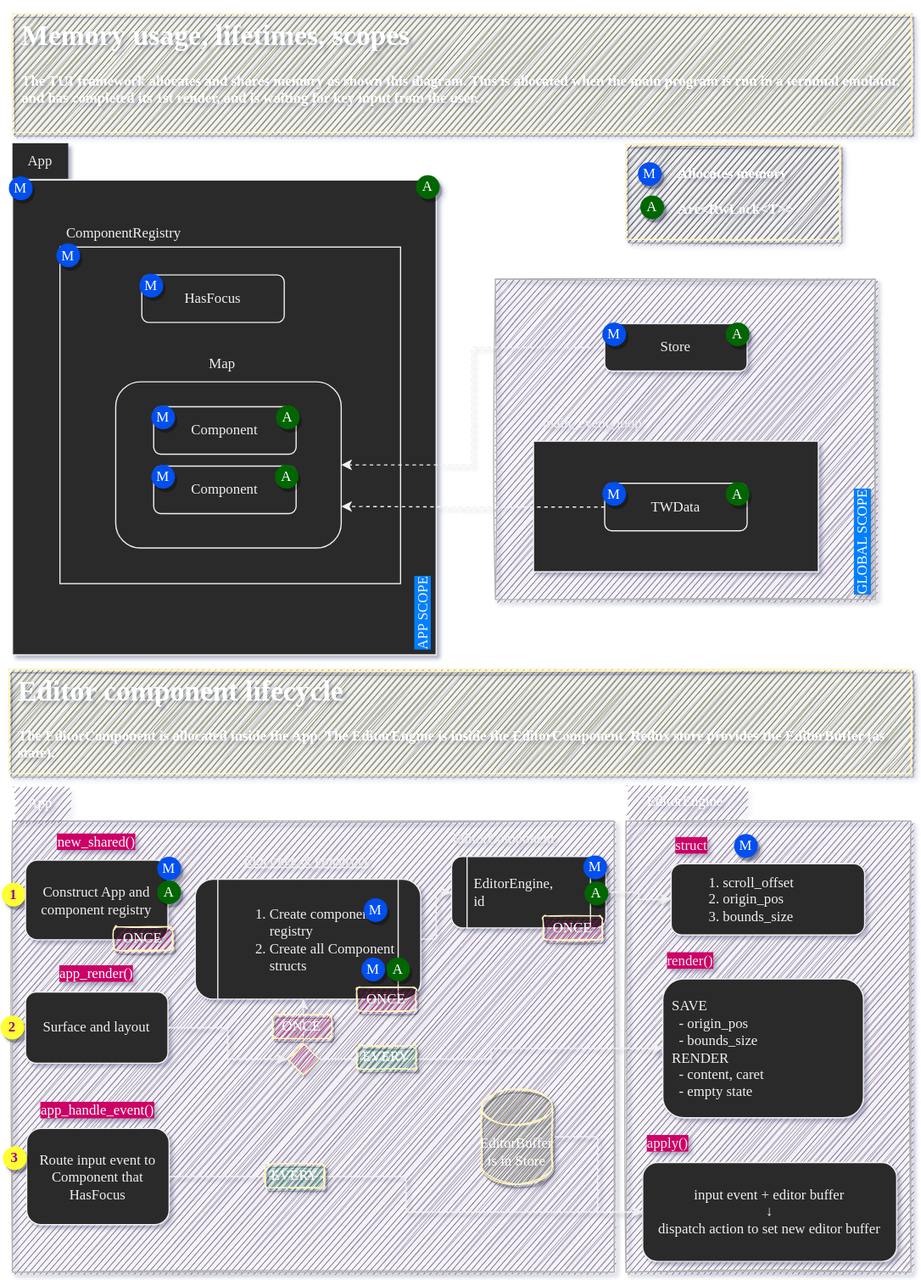
r3bl-org/r3bl-open-core keeps this draw.io diagram as docs/memory-architecture.drawio.svg. Above is the earlier version. Source tidied: cells renumbered, new cells last; positions are measured from the earlier drawing's top-left corner, leaving out a move shared by most shapes.
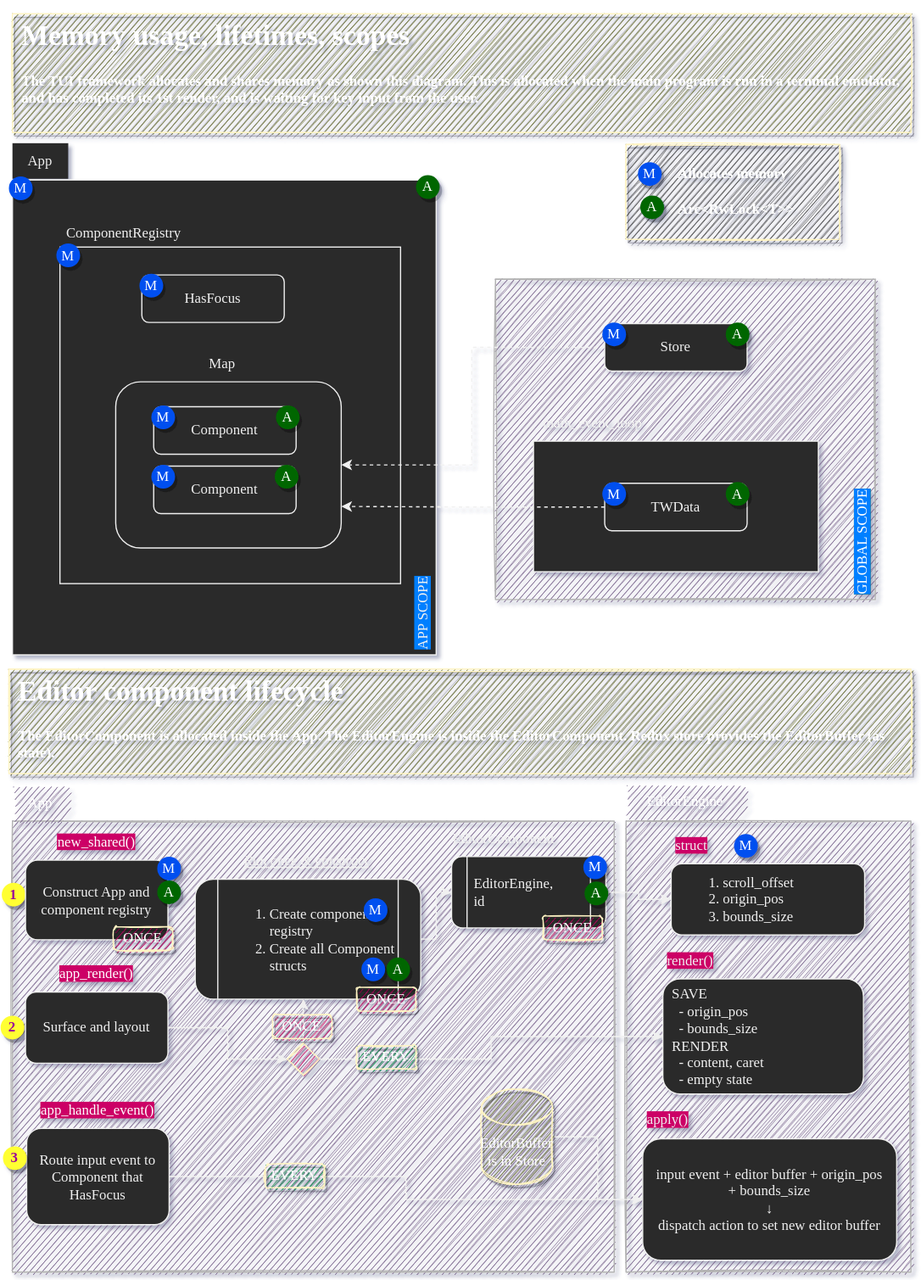
After the commit.

What changed in the source:
```diff
@@ -283,17 +283,17 @@
     <mxCell id="90" value="A" style="ellipse;whiteSpace=wrap;html=1;fillColor=#006600;fontColor=#ffffff;strokeColor=none;shadow=1;fontFamily=Fira Code;fontSource=https%3A%2F%2Ffonts.googleapis.com%2Fcss%3Ffamily%3DFira%2BCode;spacing=4;" parent="1" vertex="1">
       <mxGeometry x="492" y="731" width="20" height="20" as="geometry" />
     </mxCell>
-    <mxCell id="91" value="input event + editor buffer &lt;br&gt;&lt;b&gt;↓ &lt;/b&gt;&lt;br&gt;dispatch action to set new editor buffer" style="rounded=1;whiteSpace=wrap;html=1;fontFamily=Fira Code;fontSource=https%3A%2F%2Ffonts.googleapis.com%2Fcss%3Ffamily%3DFira%2BCode;spacing=4;align=center;verticalAlign=middle;spacingLeft=4;spacingRight=4;" parent="1" vertex="1">
-      <mxGeometry x="541" y="967.7" width="214" height="83.3" as="geometry" />
+    <mxCell id="91" value="input event + editor buffer + origin_pos + bounds_size&lt;br&gt;&lt;b&gt;↓ &lt;/b&gt;&lt;br&gt;dispatch action to set new editor buffer" style="rounded=1;whiteSpace=wrap;html=1;fontFamily=Fira Code;fontSource=https%3A%2F%2Ffonts.googleapis.com%2Fcss%3Ffamily%3DFira%2BCode;spacing=4;align=center;verticalAlign=middle;spacingLeft=4;spacingRight=4;" parent="1" vertex="1">
+      <mxGeometry x="541" y="947.7" width="214" height="102.3" as="geometry" />
     </mxCell>
     <mxCell id="92" value="&lt;span style=&quot;background-color: rgb(204, 0, 102);&quot;&gt;apply()&lt;/span&gt;" style="text;html=1;strokeColor=none;fillColor=none;align=left;verticalAlign=middle;whiteSpace=wrap;rounded=0;fontFamily=Fira Code;fontSource=https%3A%2F%2Ffonts.googleapis.com%2Fcss%3Ffamily%3DFira%2BCode;spacing=4;" parent="1" vertex="1">
-      <mxGeometry x="541" y="937" width="156.7" height="30" as="geometry" />
+      <mxGeometry x="541" y="917" width="156.7" height="30" as="geometry" />
     </mxCell>
     <mxCell id="93" value="&lt;span style=&quot;background-color: rgb(204, 0, 102);&quot;&gt;render()&lt;/span&gt;" style="text;html=1;strokeColor=none;fillColor=none;align=left;verticalAlign=middle;whiteSpace=wrap;rounded=0;fontFamily=Fira Code;fontSource=https%3A%2F%2Ffonts.googleapis.com%2Fcss%3Ffamily%3DFira%2BCode;spacing=4;" parent="1" vertex="1">
       <mxGeometry x="558" y="783" width="128.7" height="30" as="geometry" />
     </mxCell>
     <mxCell id="94" value="SAVE&lt;br&gt;&lt;span style=&quot;background-color: initial;&quot;&gt;&amp;nbsp; - origin_pos&lt;br&gt;&lt;/span&gt;&lt;span style=&quot;background-color: initial;&quot;&gt;&amp;nbsp; - bounds_size&lt;br&gt;RENDER&lt;br&gt;&amp;nbsp; - content, caret&lt;br&gt;&amp;nbsp; - empty state&lt;br&gt;&lt;/span&gt;" style="rounded=1;whiteSpace=wrap;html=1;fontFamily=Fira Code;fontSource=https%3A%2F%2Ffonts.googleapis.com%2Fcss%3Ffamily%3DFira%2BCode;spacing=4;align=left;verticalAlign=middle;spacingLeft=4;spacingRight=4;" parent="1" vertex="1">
-      <mxGeometry x="558" y="813" width="169" height="117" as="geometry" />
+      <mxGeometry x="558" y="813" width="169" height="97" as="geometry" />
     </mxCell>
     <mxCell id="95" value="EVERY" style="rounded=1;whiteSpace=wrap;html=1;shadow=1;glass=0;labelBackgroundColor=none;labelBorderColor=none;sketch=1;fillStyle=auto;strokeColor=#FFF4C3;fontFamily=Fira Code;fontSource=https%3A%2F%2Ffonts.googleapis.com%2Fcss%3Ffamily%3DFira%2BCode;fontColor=#FFFFFF;fillColor=#00994D;gradientColor=none;gradientDirection=radial;" parent="1" vertex="1">
       <mxGeometry x="223" y="969" width="50" height="20" as="geometry" />
```
